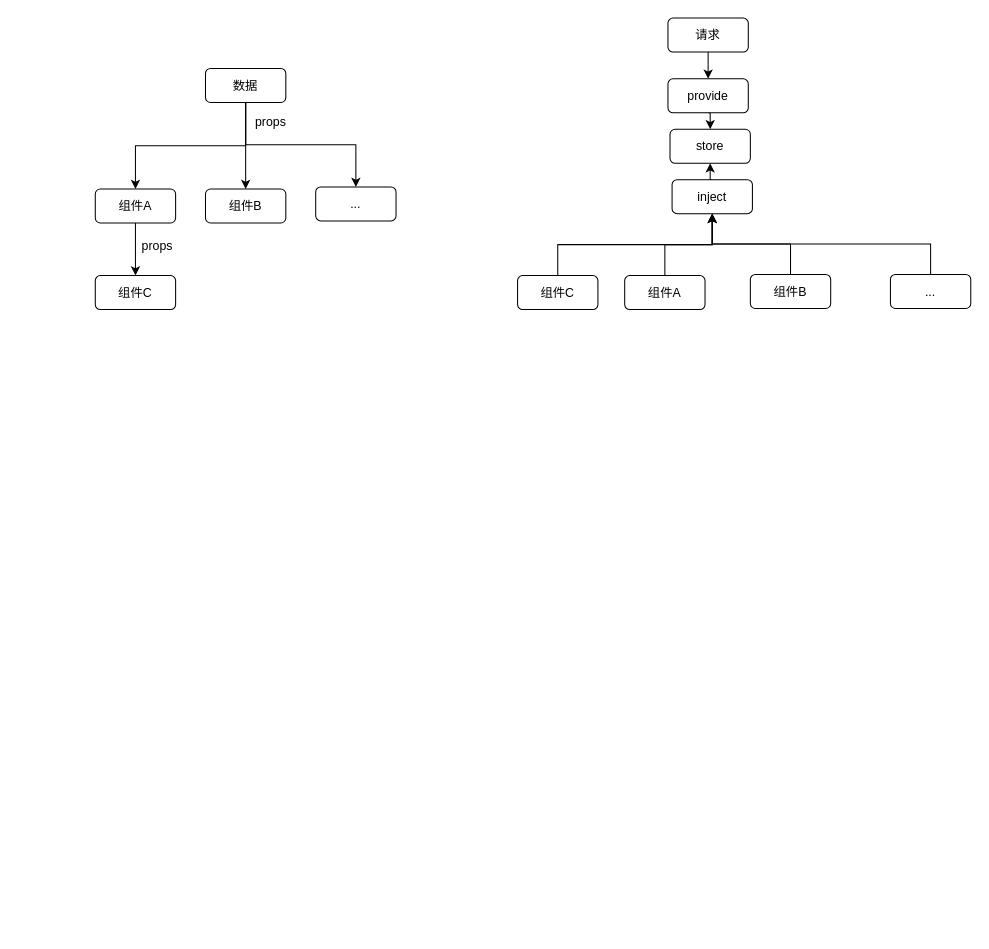
Before: Untitled Diagram.drawio in nianxiongdi/ASM, a draw.io diagram. Source tidied: cells renumbered, new cells numbered last; positions are measured from the earlier drawing's top-left corner, leaving out a move shared by most shapes. Both pictures are drawn from the tidied source at 103%, with x=0, y=0 at pixel (95, 18).
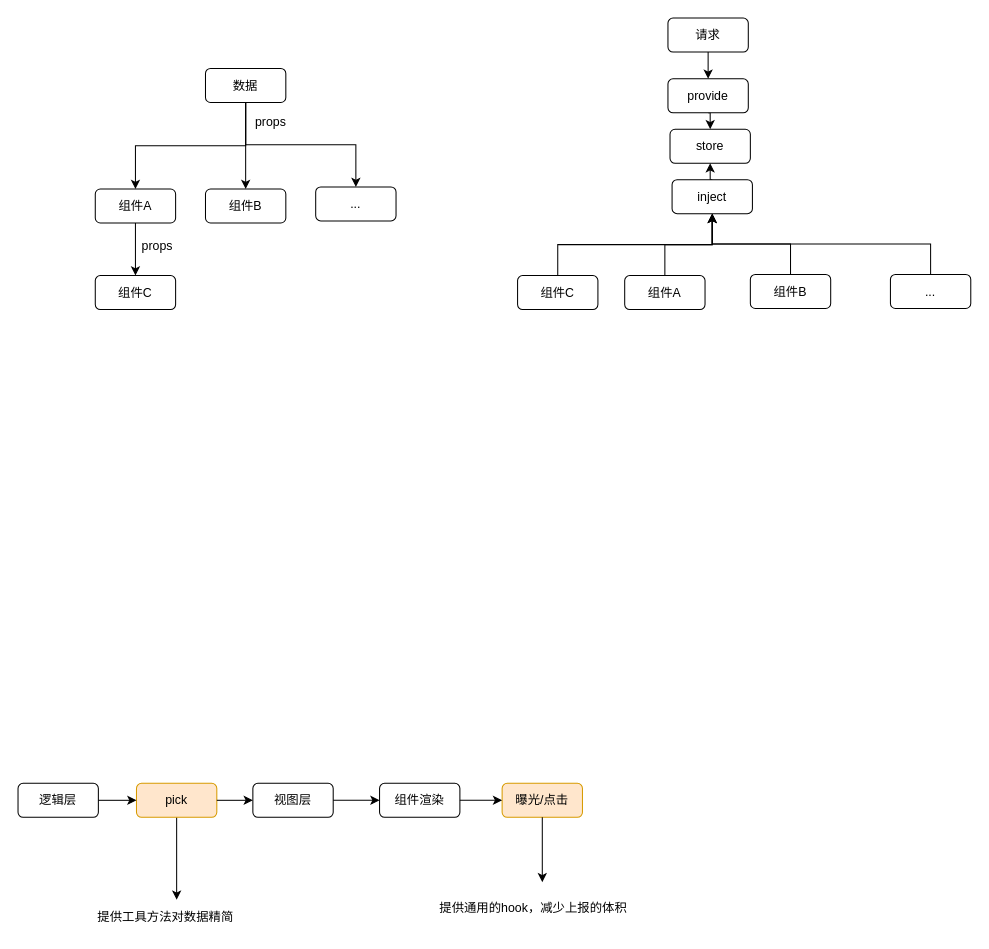
After the change.

The edit, as a diff of the source:
```diff
@@
+    <mxCell id="28" value="组件渲染" style="rounded=1;whiteSpace=wrap;html=1;" parent="1" vertex="1">
+      <mxGeometry x="276" y="743" width="78" height="33" as="geometry" />
+    </mxCell>
+    <mxCell id="29" style="edgeStyle=orthogonalEdgeStyle;rounded=0;jettySize=auto;html=1;" parent="1" edge="1" source="30">
+      <mxGeometry relative="1" as="geometry">
+        <mxPoint x="79" y="856" as="targetPoint" />
+      </mxGeometry>
+    </mxCell>
+    <mxCell id="30" value="pick" style="rounded=1;whiteSpace=wrap;html=1;fillColor=#ffe6cc;strokeColor=#d79b00;" parent="1" vertex="1">
+      <mxGeometry x="40" y="743" width="78" height="33" as="geometry" />
+    </mxCell>
+    <mxCell id="31" value="逻辑层" style="rounded=1;whiteSpace=wrap;html=1;" parent="1" vertex="1">
+      <mxGeometry x="-75" y="743" width="78" height="33" as="geometry" />
+    </mxCell>
+    <mxCell id="32" value="视图层" style="rounded=1;whiteSpace=wrap;html=1;" parent="1" vertex="1">
+      <mxGeometry x="153" y="743" width="78" height="33" as="geometry" />
+    </mxCell>
+    <mxCell id="33" value="曝光/点击" style="rounded=1;whiteSpace=wrap;html=1;fillColor=#ffe6cc;strokeColor=#d79b00;" parent="1" vertex="1">
+      <mxGeometry x="395" y="743" width="78" height="33" as="geometry" />
+    </mxCell>
+    <mxCell id="34" style="edgeStyle=orthogonalEdgeStyle;rounded=0;jettySize=auto;html=1;exitX=1;exitY=0.5;exitDx=0;exitDy=0;entryX=0;entryY=0.5;entryDx=0;entryDy=0;" parent="1" edge="1" source="30" target="32">
+      <mxGeometry relative="1" as="geometry" />
+    </mxCell>
+    <mxCell id="35" style="edgeStyle=orthogonalEdgeStyle;rounded=0;jettySize=auto;html=1;exitX=1;exitY=0.5;exitDx=0;exitDy=0;entryX=0;entryY=0.5;entryDx=0;entryDy=0;" parent="1" edge="1" source="32" target="28">
+      <mxGeometry relative="1" as="geometry" />
+    </mxCell>
+    <mxCell id="36" style="edgeStyle=orthogonalEdgeStyle;rounded=0;jettySize=auto;html=1;exitX=1;exitY=0.5;exitDx=0;exitDy=0;entryX=0;entryY=0.5;entryDx=0;entryDy=0;" parent="1" edge="1" source="28" target="33">
+      <mxGeometry relative="1" as="geometry" />
+    </mxCell>
+    <mxCell id="37" style="edgeStyle=orthogonalEdgeStyle;rounded=0;jettySize=auto;html=1;exitX=1;exitY=0.5;exitDx=0;exitDy=0;entryX=0;entryY=0.5;entryDx=0;entryDy=0;" parent="1" edge="1" source="31" target="30">
+      <mxGeometry relative="1" as="geometry" />
+    </mxCell>
+    <mxCell id="38" value="提供工具方法对数据精简" style="text;html=1;align=center;verticalAlign=middle;strokeColor=none;fillColor=none;" parent="1" vertex="1">
+      <mxGeometry x="-7" y="860" width="150" height="26" as="geometry" />
+    </mxCell>
+    <mxCell id="39" style="edgeStyle=orthogonalEdgeStyle;rounded=0;jettySize=auto;html=1;exitX=0.5;exitY=1;exitDx=0;exitDy=0;" parent="1" edge="1" source="33">
+      <mxGeometry relative="1" as="geometry">
+        <mxPoint x="434" y="839" as="targetPoint" />
+      </mxGeometry>
+    </mxCell>
+    <mxCell id="40" value="提供通用的hook，减少上报的体积" style="text;html=1;align=center;verticalAlign=middle;strokeColor=none;fillColor=none;" parent="1" vertex="1">
+      <mxGeometry x="325" y="851" width="200" height="26" as="geometry" />
+    </mxCell>
```
